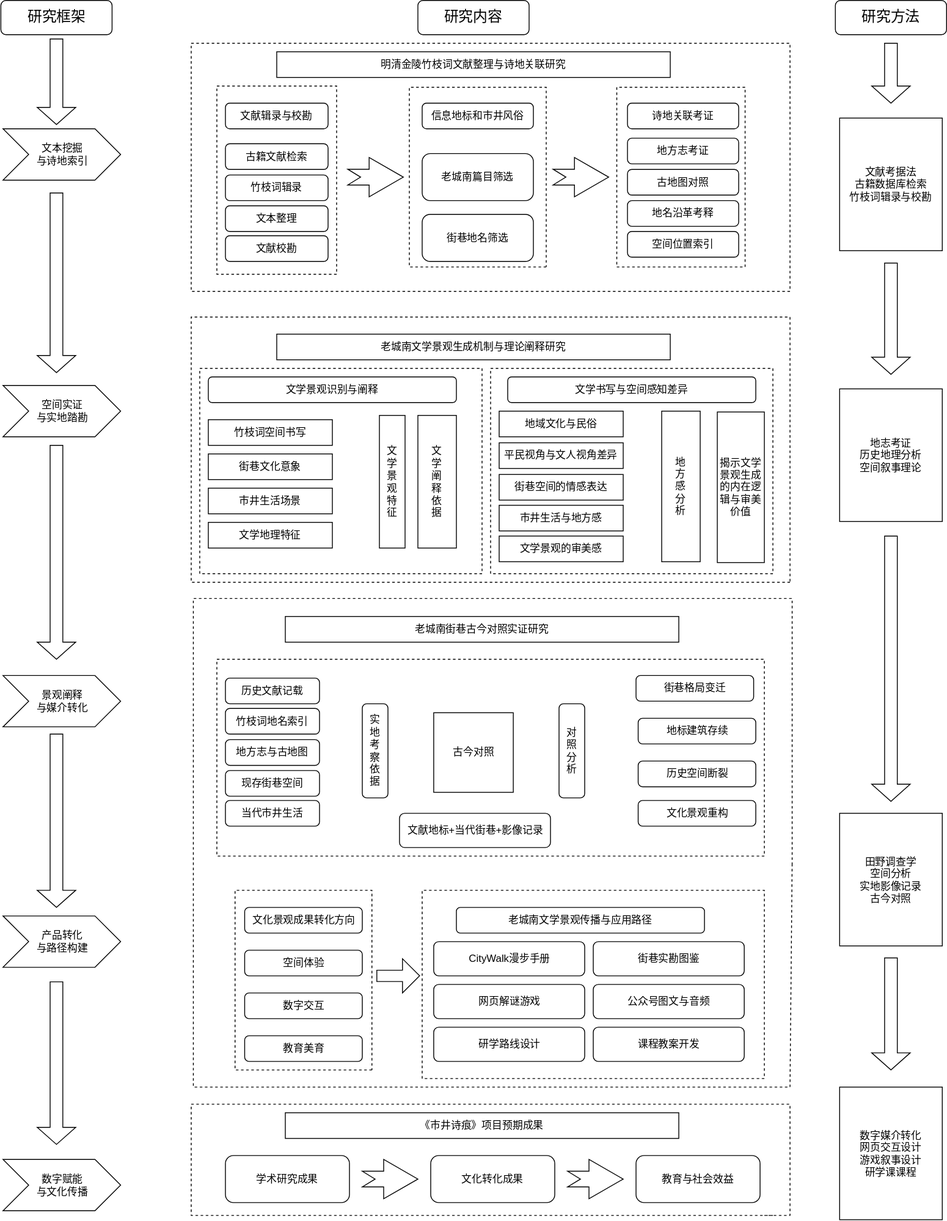
This is 1.drawio.svg from shuxilin06/ToMyLife2.0, a draw.io export, as it was before one commit. Source tidied: cells renumbered, new cells last; positions are measured from the earlier drawing's top-left corner, leaving out a move shared by most shapes.
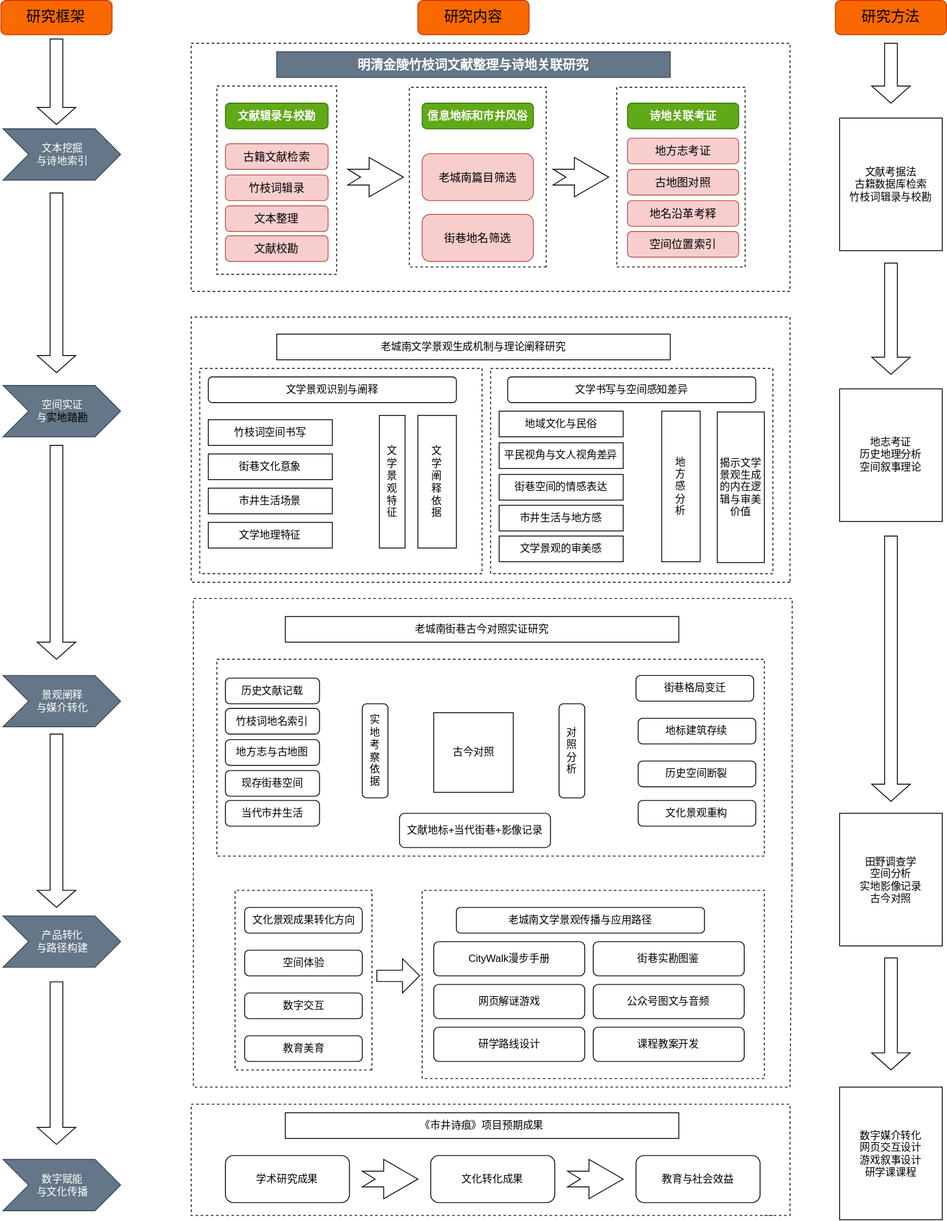
Later version of the same file.

Diff of the diagram source:
```diff
@@ -2,22 +2,22 @@
   <root>
     <mxCell id="0" />
     <mxCell id="1" parent="0" />
-    <mxCell id="2" value="&lt;font style=&quot;font-size: 17px;&quot;&gt;研究框架&lt;/font&gt;" style="rounded=1;whiteSpace=wrap;html=1;roundedPerimeter=1;" parent="1" vertex="1">
+    <mxCell id="2" value="&lt;font style=&quot;font-size: 17px;&quot;&gt;研究框架&lt;/font&gt;" style="rounded=1;whiteSpace=wrap;html=1;roundedPerimeter=1;fillColor=#fa6800;fontColor=#000000;strokeColor=#C73500;" parent="1" vertex="1">
       <mxGeometry x="-0.5" width="130" height="40" as="geometry" />
     </mxCell>
-    <mxCell id="3" value="&lt;font style=&quot;font-size: 17px;&quot;&gt;研究内容&lt;/font&gt;" style="rounded=1;whiteSpace=wrap;html=1;roundedPerimeter=1;" parent="1" vertex="1">
+    <mxCell id="3" value="&lt;font style=&quot;font-size: 17px;&quot;&gt;研究内容&lt;/font&gt;" style="rounded=1;whiteSpace=wrap;html=1;roundedPerimeter=1;fillColor=#fa6800;strokeColor=#C73500;fontColor=#000000;" parent="1" vertex="1">
       <mxGeometry x="487" width="130" height="40" as="geometry" />
     </mxCell>
-    <mxCell id="4" value="&lt;font style=&quot;font-size: 17px;&quot;&gt;研究方法&lt;/font&gt;" style="rounded=1;whiteSpace=wrap;html=1;roundedPerimeter=1;" parent="1" vertex="1">
+    <mxCell id="4" value="&lt;font style=&quot;font-size: 17px;&quot;&gt;研究方法&lt;/font&gt;" style="rounded=1;whiteSpace=wrap;html=1;roundedPerimeter=1;fillColor=#fa6800;fontColor=#000000;strokeColor=#C73500;" parent="1" vertex="1">
       <mxGeometry x="975" width="130" height="40" as="geometry" />
     </mxCell>
-    <mxCell id="5" value="明清金陵竹枝词文献整理与诗地关联研究" style="rounded=0;whiteSpace=wrap;html=1;" parent="1" vertex="1">
+    <mxCell id="5" value="&lt;font style=&quot;font-size: 15px;&quot;&gt;明清金陵竹枝词文献整理与诗地关联研究&lt;/font&gt;" style="rounded=0;whiteSpace=wrap;html=1;fontStyle=1;fillColor=#647687;fontColor=#ffffff;strokeColor=#314354;" parent="1" vertex="1">
       <mxGeometry x="322" y="60" width="460" height="30" as="geometry" />
     </mxCell>
-    <mxCell id="6" value="文献辑录与校勘" style="rounded=1;whiteSpace=wrap;html=1;roundedPerimeter=1;arcSize=17;direction=west;" parent="1" vertex="1">
+    <mxCell id="6" value="&lt;font style=&quot;font-size: 13px;&quot;&gt;&lt;b&gt;文献辑录与校勘&lt;/b&gt;&lt;/font&gt;" style="rounded=1;whiteSpace=wrap;html=1;roundedPerimeter=1;arcSize=17;direction=west;fillColor=#60a917;strokeColor=#2D7600;fontColor=#ffffff;" parent="1" vertex="1">
       <mxGeometry x="262" y="120" width="120" height="30" as="geometry" />
     </mxCell>
-    <mxCell id="7" value="古籍文献检索" style="rounded=1;whiteSpace=wrap;html=1;roundedPerimeter=1;arcSize=17;direction=west;" parent="1" vertex="1">
+    <mxCell id="7" value="&lt;font style=&quot;font-size: 13px;&quot;&gt;古籍文献检索&lt;/font&gt;" style="rounded=1;whiteSpace=wrap;html=1;roundedPerimeter=1;arcSize=17;direction=west;fillColor=#f8cecc;strokeColor=#b85450;" parent="1" vertex="1">
       <mxGeometry x="262" y="167.5" width="120" height="30" as="geometry" />
     </mxCell>
     <mxCell id="8" style="endArrow=none;dashed=1;html=1;rounded=0;defaultLabelBackgroundColor=page;" parent="1" edge="1">
@@ -26,34 +26,34 @@
         <mxPoint x="212" y="230" as="targetPoint" />
       </mxGeometry>
     </mxCell>
-    <mxCell id="9" value="竹枝词辑录" style="rounded=1;whiteSpace=wrap;html=1;roundedPerimeter=1;arcSize=17;direction=west;" parent="1" vertex="1">
+    <mxCell id="9" value="&lt;font style=&quot;font-size: 13px;&quot;&gt;竹枝词辑录&lt;/font&gt;" style="rounded=1;whiteSpace=wrap;html=1;roundedPerimeter=1;arcSize=17;direction=west;fillColor=#f8cecc;strokeColor=#b85450;" parent="1" vertex="1">
       <mxGeometry x="262" y="204" width="120" height="30" as="geometry" />
     </mxCell>
-    <mxCell id="10" value="信息地标和市井风俗" style="rounded=1;whiteSpace=wrap;html=1;roundedPerimeter=1;arcSize=17;direction=west;" parent="1" vertex="1">
+    <mxCell id="10" value="&lt;font style=&quot;font-size: 13px;&quot;&gt;&lt;b&gt;信息地标和市井风俗&lt;/b&gt;&lt;/font&gt;" style="rounded=1;whiteSpace=wrap;html=1;roundedPerimeter=1;arcSize=17;direction=west;fillColor=#60a917;strokeColor=#2D7600;fontColor=#ffffff;" parent="1" vertex="1">
       <mxGeometry x="492" y="120" width="130" height="30" as="geometry" />
     </mxCell>
-    <mxCell id="11" value="老城南篇目筛选" style="rounded=1;whiteSpace=wrap;html=1;roundedPerimeter=1;arcSize=17;direction=west;" parent="1" vertex="1">
+    <mxCell id="11" value="&lt;font style=&quot;font-size: 13px;&quot;&gt;老城南篇目筛选&lt;/font&gt;" style="rounded=1;whiteSpace=wrap;html=1;roundedPerimeter=1;arcSize=17;direction=west;fillColor=#f8cecc;strokeColor=#b85450;" parent="1" vertex="1">
       <mxGeometry x="492" y="179" width="130" height="55" as="geometry" />
     </mxCell>
-    <mxCell id="12" value="诗地关联考证" style="rounded=1;whiteSpace=wrap;html=1;roundedPerimeter=1;arcSize=17;direction=west;" parent="1" vertex="1">
+    <mxCell id="12" value="&lt;b&gt;&lt;font style=&quot;font-size: 13px;&quot;&gt;诗地关联考证&lt;/font&gt;&lt;/b&gt;" style="rounded=1;whiteSpace=wrap;html=1;roundedPerimeter=1;arcSize=17;direction=west;fillColor=#60a917;strokeColor=#2D7600;fontColor=#ffffff;" parent="1" vertex="1">
       <mxGeometry x="732" y="120" width="130" height="30" as="geometry" />
     </mxCell>
-    <mxCell id="13" value="地方志考证" style="rounded=1;whiteSpace=wrap;html=1;roundedPerimeter=1;arcSize=17;direction=west;" parent="1" vertex="1">
+    <mxCell id="13" value="地方志考证" style="rounded=1;whiteSpace=wrap;html=1;roundedPerimeter=1;arcSize=17;direction=west;fillColor=#f8cecc;strokeColor=#b85450;fontSize=13;" parent="1" vertex="1">
       <mxGeometry x="732" y="161" width="130" height="30" as="geometry" />
     </mxCell>
-    <mxCell id="14" value="古地图对照" style="rounded=1;whiteSpace=wrap;html=1;roundedPerimeter=1;arcSize=17;direction=west;" parent="1" vertex="1">
+    <mxCell id="14" value="古地图对照" style="rounded=1;whiteSpace=wrap;html=1;roundedPerimeter=1;arcSize=17;direction=west;fillColor=#f8cecc;strokeColor=#b85450;fontSize=13;" parent="1" vertex="1">
       <mxGeometry x="732" y="197.5" width="130" height="30" as="geometry" />
     </mxCell>
-    <mxCell id="15" value="空间位置索引" style="rounded=1;whiteSpace=wrap;html=1;roundedPerimeter=1;arcSize=17;direction=west;" parent="1" vertex="1">
+    <mxCell id="15" value="空间位置索引" style="rounded=1;whiteSpace=wrap;html=1;roundedPerimeter=1;arcSize=17;direction=west;fillColor=#f8cecc;strokeColor=#b85450;fontSize=13;" parent="1" vertex="1">
       <mxGeometry x="732" y="270" width="130" height="30" as="geometry" />
     </mxCell>
-    <mxCell id="16" value="街巷地名筛选" style="rounded=1;whiteSpace=wrap;html=1;roundedPerimeter=1;arcSize=17;direction=west;" parent="1" vertex="1">
+    <mxCell id="16" value="&lt;font style=&quot;font-size: 13px;&quot;&gt;街巷地名筛选&lt;/font&gt;" style="rounded=1;whiteSpace=wrap;html=1;roundedPerimeter=1;arcSize=17;direction=west;fillColor=#f8cecc;strokeColor=#b85450;" parent="1" vertex="1">
       <mxGeometry x="492" y="250" width="130" height="55" as="geometry" />
     </mxCell>
-    <mxCell id="17" value="文本整理" style="rounded=1;whiteSpace=wrap;html=1;roundedPerimeter=1;arcSize=17;direction=west;" parent="1" vertex="1">
+    <mxCell id="17" value="&lt;font style=&quot;font-size: 13px;&quot;&gt;文本整理&lt;/font&gt;" style="rounded=1;whiteSpace=wrap;html=1;roundedPerimeter=1;arcSize=17;direction=west;fillColor=#f8cecc;strokeColor=#b85450;" parent="1" vertex="1">
       <mxGeometry x="262" y="240" width="120" height="30" as="geometry" />
     </mxCell>
-    <mxCell id="18" value="文献校勘" style="rounded=1;whiteSpace=wrap;html=1;roundedPerimeter=1;arcSize=17;direction=west;" parent="1" vertex="1">
+    <mxCell id="18" value="&lt;font style=&quot;font-size: 13px;&quot;&gt;文献校勘&lt;/font&gt;" style="rounded=1;whiteSpace=wrap;html=1;roundedPerimeter=1;arcSize=17;direction=west;fillColor=#f8cecc;strokeColor=#b85450;" parent="1" vertex="1">
       <mxGeometry x="262" y="275" width="120" height="30" as="geometry" />
     </mxCell>
     <mxCell id="19" value="老城南文学景观生成机制与理论阐释研究" style="rounded=0;whiteSpace=wrap;html=1;" parent="1" vertex="1">
@@ -191,19 +191,19 @@
     <mxCell id="63" value="教育与社会效益" style="rounded=1;whiteSpace=wrap;html=1;roundedPerimeter=1;arcSize=17;direction=west;" parent="1" vertex="1">
       <mxGeometry x="742" y="1350" width="145" height="55" as="geometry" />
     </mxCell>
-    <mxCell id="64" value="文本挖掘&lt;div&gt;与诗地索引&lt;/div&gt;" style="html=1;shadow=0;dashed=0;align=center;verticalAlign=middle;shape=mxgraph.arrows2.arrow;dy=0;dx=30;notch=30;" parent="1" vertex="1">
+    <mxCell id="64" value="文本挖掘&lt;div&gt;与诗地索引&lt;/div&gt;" style="html=1;shadow=0;dashed=0;align=center;verticalAlign=middle;shape=mxgraph.arrows2.arrow;dy=0;dx=30;notch=30;fillColor=#647687;fontColor=#ffffff;strokeColor=#314354;" parent="1" vertex="1">
       <mxGeometry x="2" y="150" width="137.5" height="60" as="geometry" />
     </mxCell>
-    <mxCell id="65" value="空间实证&lt;div&gt;与&lt;span style=&quot;background-color: transparent; color: light-dark(#000000, var(--ge-light-color, #ffffff));&quot;&gt;实地踏勘&lt;/span&gt;&lt;/div&gt;" style="html=1;shadow=0;dashed=0;align=center;verticalAlign=middle;shape=mxgraph.arrows2.arrow;dy=0;dx=30;notch=30;" parent="1" vertex="1">
+    <mxCell id="65" value="空间实证&lt;div&gt;与&lt;span style=&quot;background-color: transparent; color: light-dark(#000000, var(--ge-light-color, #ffffff));&quot;&gt;实地踏勘&lt;/span&gt;&lt;/div&gt;" style="html=1;shadow=0;dashed=0;align=center;verticalAlign=middle;shape=mxgraph.arrows2.arrow;dy=0;dx=30;notch=30;fillColor=#647687;fontColor=#ffffff;strokeColor=#314354;" parent="1" vertex="1">
       <mxGeometry x="2" y="450" width="137.5" height="60" as="geometry" />
     </mxCell>
-    <mxCell id="66" value="&lt;div&gt;景观阐释&lt;/div&gt;&lt;div&gt;与媒介转化&lt;/div&gt;" style="html=1;shadow=0;dashed=0;align=center;verticalAlign=middle;shape=mxgraph.arrows2.arrow;dy=0;dx=30;notch=30;" parent="1" vertex="1">
+    <mxCell id="66" value="&lt;div&gt;景观阐释&lt;/div&gt;&lt;div&gt;与媒介转化&lt;/div&gt;" style="html=1;shadow=0;dashed=0;align=center;verticalAlign=middle;shape=mxgraph.arrows2.arrow;dy=0;dx=30;notch=30;fillColor=#647687;fontColor=#ffffff;strokeColor=#314354;" parent="1" vertex="1">
       <mxGeometry x="2" y="789" width="137.5" height="60" as="geometry" />
     </mxCell>
-    <mxCell id="67" value="&lt;div&gt;产品转化&lt;/div&gt;&lt;div&gt;与路径构建&lt;/div&gt;" style="html=1;shadow=0;dashed=0;align=center;verticalAlign=middle;shape=mxgraph.arrows2.arrow;dy=0;dx=30;notch=30;" parent="1" vertex="1">
+    <mxCell id="67" value="&lt;div&gt;产品转化&lt;/div&gt;&lt;div&gt;与路径构建&lt;/div&gt;" style="html=1;shadow=0;dashed=0;align=center;verticalAlign=middle;shape=mxgraph.arrows2.arrow;dy=0;dx=30;notch=30;fillColor=#647687;fontColor=#ffffff;strokeColor=#314354;" parent="1" vertex="1">
       <mxGeometry x="2" y="1070" width="137.5" height="60" as="geometry" />
     </mxCell>
-    <mxCell id="68" value="数字赋能&lt;div&gt;与文化传播&lt;/div&gt;" style="html=1;shadow=0;dashed=0;align=center;verticalAlign=middle;shape=mxgraph.arrows2.arrow;dy=0;dx=30;notch=30;" parent="1" vertex="1">
+    <mxCell id="68" value="数字赋能&lt;div&gt;与文化传播&lt;/div&gt;" style="html=1;shadow=0;dashed=0;align=center;verticalAlign=middle;shape=mxgraph.arrows2.arrow;dy=0;dx=30;notch=30;fillColor=#647687;fontColor=#ffffff;strokeColor=#314354;" parent="1" vertex="1">
       <mxGeometry x="2" y="1354.5" width="137.5" height="60" as="geometry" />
     </mxCell>
     <mxCell id="69" style="endArrow=none;dashed=1;html=1;rounded=0;defaultLabelBackgroundColor=page;" parent="1" edge="1">
@@ -396,7 +396,7 @@
     <mxCell id="94" style="html=1;shadow=0;dashed=0;align=center;verticalAlign=middle;shape=mxgraph.arrows2.arrow;dy=0.67;dx=20;notch=0;direction=south;" parent="1" vertex="1">
       <mxGeometry x="1017.5" y="1119" width="45" height="131" as="geometry" />
     </mxCell>
-    <mxCell id="95" value="地名沿革考释" style="rounded=1;whiteSpace=wrap;html=1;roundedPerimeter=1;arcSize=17;direction=west;" parent="1" vertex="1">
+    <mxCell id="95" value="地名沿革考释" style="rounded=1;whiteSpace=wrap;html=1;roundedPerimeter=1;arcSize=17;direction=west;fontSize=13;fillColor=#f8cecc;strokeColor=#b85450;" parent="1" vertex="1">
       <mxGeometry x="732" y="234" width="130" height="30" as="geometry" />
     </mxCell>
     <mxCell id="96" value="文献考据法&lt;div&gt;古籍数据库检索&lt;/div&gt;&lt;div&gt;竹枝词辑录与校勘&lt;/div&gt;" style="rounded=0;whiteSpace=wrap;html=1;" parent="1" vertex="1">
```
